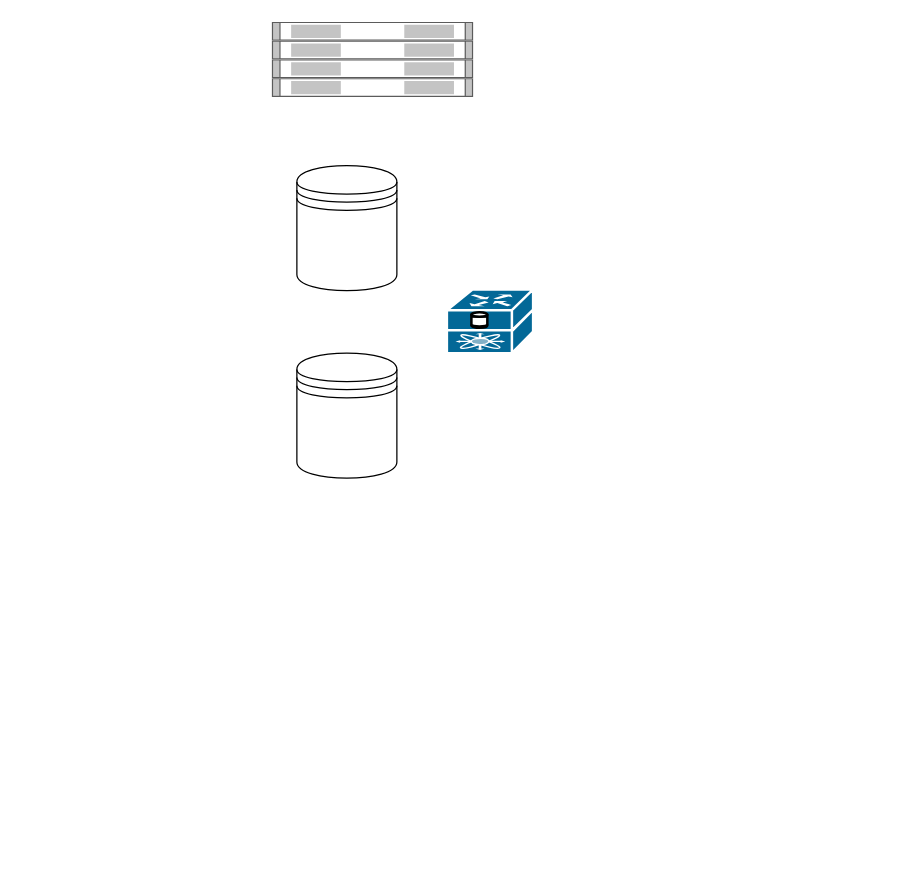
The draw.io diagram UFI.drawio in mazmarz/visigoth, before the edit. Source tidied: cells renumbered, new cells numbered last; positions are measured from the earlier drawing's top-left corner, leaving out a move shared by most shapes. Both pictures are drawn from the tidied source at 125%, with x=0, y=0 at pixel (271, 21).
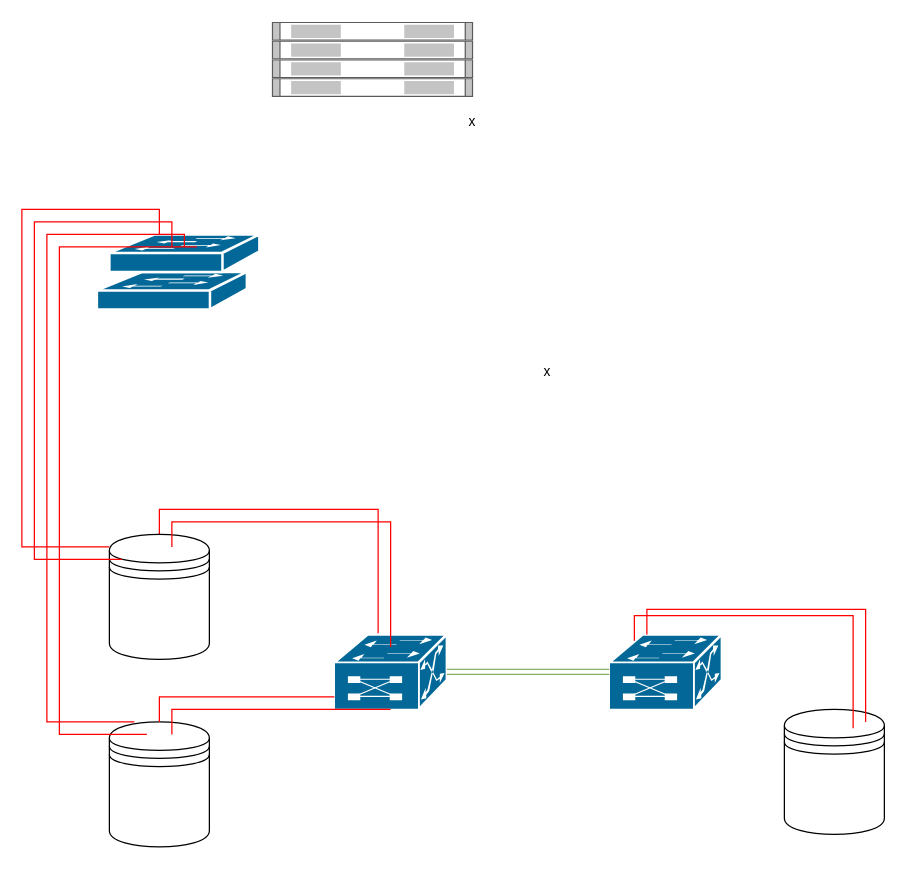
The same diagram, later.

What changed in the source:
```diff
@@
     <mxCell id="3" style="shape=datastore;whiteSpace=wrap;html=1;" parent="1" vertex="1">
-      <mxGeometry x="20" y="265" width="80" height="100" as="geometry" />
+      <mxGeometry x="-130" y="560" width="80" height="100" as="geometry" />
     </mxCell>
+    <mxCell id="9" style="edgeStyle=orthogonalEdgeStyle;rounded=0;jettySize=auto;html=1;fillColor=#d80073;strokeColor=#FF0000;startArrow=none;startFill=0;endArrow=none;endFill=0;" parent="1" edge="1" source="4" target="10">
+      <mxGeometry relative="1" as="geometry">
+        <Array as="points">
+          <mxPoint x="-90" y="390" />
+          <mxPoint x="85" y="390" />
+        </Array>
+      </mxGeometry>
+    </mxCell>
     <mxCell id="4" style="shape=datastore;whiteSpace=wrap;html=1;" parent="1" vertex="1">
-      <mxGeometry x="20" y="115" width="80" height="100" as="geometry" />
+      <mxGeometry x="-130" y="410" width="80" height="100" as="geometry" />
     </mxCell>
@@
-    <mxCell id="8" style="shape=mxgraph.cisco.routers.storage_router;html=1;dashed=0;fillColor=#036897;strokeColor=#ffffff;strokeWidth=2;verticalLabelPosition=bottom;verticalAlign=top;align=center;" parent="1" vertex="1">
-      <mxGeometry x="140" y="214" width="69" height="51" as="geometry" />
-    </mxCell>
+    <mxCell id="10" style="shape=mxgraph.cisco.switches.multiswitch_device;html=1;dashed=0;fillColor=#036897;strokeColor=#ffffff;strokeWidth=2;verticalLabelPosition=bottom;verticalAlign=top;align=center;outlineConnect=0;" parent="1" vertex="1">
+      <mxGeometry x="50" y="490" width="90" height="60" as="geometry" />
+    </mxCell>
+    <mxCell id="11" style="shape=mxgraph.cisco.switches.workgroup_switch;html=1;dashed=0;fillColor=#036897;strokeColor=#ffffff;strokeWidth=2;verticalLabelPosition=bottom;verticalAlign=top;align=center;" parent="1" vertex="1">
+      <mxGeometry x="-140" y="200" width="120" height="30" as="geometry" />
+    </mxCell>
+    <mxCell id="12" style="edgeStyle=orthogonalEdgeStyle;rounded=0;orthogonalLoop=1;jettySize=auto;html=1;fillColor=#d80073;strokeColor=#FF0000;startArrow=none;startFill=0;endArrow=none;endFill=0;" parent="1" edge="1">
+      <mxGeometry relative="1" as="geometry">
+        <mxPoint x="-80" y="420" as="sourcePoint" />
+        <mxPoint x="95" y="500" as="targetPoint" />
+        <Array as="points">
+          <mxPoint x="-80" y="400" />
+          <mxPoint x="95" y="400" />
+        </Array>
+      </mxGeometry>
+    </mxCell>
+    <mxCell id="13" style="edgeStyle=orthogonalEdgeStyle;rounded=0;jettySize=auto;html=1;fillColor=#d80073;strokeColor=#FF0000;startArrow=none;startFill=0;endArrow=none;endFill=0;" parent="1" edge="1" target="10">
+      <mxGeometry relative="1" as="geometry">
+        <mxPoint x="-90" y="560" as="sourcePoint" />
+        <Array as="points">
+          <mxPoint x="-90" y="540" />
+        </Array>
+      </mxGeometry>
+    </mxCell>
+    <mxCell id="14" style="edgeStyle=orthogonalEdgeStyle;rounded=0;orthogonalLoop=1;jettySize=auto;html=1;fillColor=#d80073;strokeColor=#FF0000;startArrow=none;startFill=0;endArrow=none;endFill=0;" parent="1" edge="1">
+      <mxGeometry relative="1" as="geometry">
+        <mxPoint x="-80" y="570" as="sourcePoint" />
+        <mxPoint x="95" y="550" as="targetPoint" />
+        <Array as="points">
+          <mxPoint x="-80" y="550" />
+          <mxPoint x="95" y="550" />
+        </Array>
+      </mxGeometry>
+    </mxCell>
+    <mxCell id="15" style="shape=mxgraph.cisco.switches.workgroup_switch;html=1;dashed=0;fillColor=#036897;strokeColor=#ffffff;strokeWidth=2;verticalLabelPosition=bottom;verticalAlign=top;align=center;" parent="1" vertex="1">
+      <mxGeometry x="-130" y="170" width="120" height="30" as="geometry" />
+    </mxCell>
+    <mxCell id="16" style="edgeStyle=orthogonalEdgeStyle;rounded=0;jettySize=auto;html=1;fillColor=#d80073;strokeColor=#FF0000;startArrow=none;startFill=0;endArrow=none;endFill=0;" parent="1" edge="1" target="4">
+      <mxGeometry relative="1" as="geometry">
+        <mxPoint x="-90" y="170" as="sourcePoint" />
+        <Array as="points">
+          <mxPoint x="-90" y="150" />
+          <mxPoint x="-200" y="150" />
+          <mxPoint x="-200" y="420" />
+        </Array>
+      </mxGeometry>
+    </mxCell>
+    <mxCell id="17" style="edgeStyle=orthogonalEdgeStyle;rounded=0;orthogonalLoop=1;jettySize=auto;html=1;fillColor=#d80073;strokeColor=#FF0000;startArrow=none;startFill=0;endArrow=none;endFill=0;" parent="1" edge="1">
+      <mxGeometry relative="1" as="geometry">
+        <mxPoint x="-80" y="180" as="sourcePoint" />
+        <mxPoint x="-120" y="430" as="targetPoint" />
+        <Array as="points">
+          <mxPoint x="-80" y="160" />
+          <mxPoint x="-190" y="160" />
+          <mxPoint x="-190" y="430" />
+        </Array>
+      </mxGeometry>
+    </mxCell>
+    <mxCell id="18" value="x" style="edgeStyle=orthogonalEdgeStyle;rounded=0;orthogonalLoop=1;jettySize=auto;html=1;fillColor=#d80073;strokeColor=#FF0000;startArrow=none;startFill=0;endArrow=none;endFill=0;" parent="1" edge="1">
+      <mxGeometry x="-1" y="-307" relative="1" as="geometry">
+        <mxPoint x="-70" y="180" as="sourcePoint" />
+        <mxPoint x="-110" y="560" as="targetPoint" />
+        <Array as="points">
+          <mxPoint x="-70" y="170" />
+          <mxPoint x="-180" y="170" />
+          <mxPoint x="-180" y="560" />
+          <mxPoint x="-110" y="560" />
+        </Array>
+        <mxPoint x="-17" y="100" as="offset" />
+      </mxGeometry>
+    </mxCell>
+    <mxCell id="19" value="x" style="edgeStyle=orthogonalEdgeStyle;rounded=0;orthogonalLoop=1;jettySize=auto;html=1;fillColor=#d80073;strokeColor=#FF0000;startArrow=none;startFill=0;endArrow=none;endFill=0;" parent="1" edge="1">
+      <mxGeometry x="-1" y="-242" relative="1" as="geometry">
+        <mxPoint x="-60" y="180" as="sourcePoint" />
+        <mxPoint x="-100" y="570" as="targetPoint" />
+        <Array as="points">
+          <mxPoint x="-60" y="180" />
+          <mxPoint x="-170" y="180" />
+          <mxPoint x="-170" y="570" />
+          <mxPoint x="-100" y="570" />
+        </Array>
+        <mxPoint x="220" y="142" as="offset" />
+      </mxGeometry>
+    </mxCell>
+    <mxCell id="20" style="shape=mxgraph.cisco.switches.multiswitch_device;html=1;dashed=0;fillColor=#036897;strokeColor=#ffffff;strokeWidth=2;verticalLabelPosition=bottom;verticalAlign=top;align=center;outlineConnect=0;" parent="1" vertex="1">
+      <mxGeometry x="270" y="490" width="90" height="60" as="geometry" />
+    </mxCell>
+    <mxCell id="21" style="shape=datastore;whiteSpace=wrap;html=1;" parent="1" vertex="1">
+      <mxGeometry x="410" y="550" width="80" height="100" as="geometry" />
+    </mxCell>
+    <mxCell id="22" style="shape=link;html=1;exitX=1;exitY=0.5;exitDx=0;exitDy=0;exitPerimeter=0;entryX=0;entryY=0.5;entryDx=0;entryDy=0;entryPerimeter=0;fillColor=#d5e8d4;strokeColor=#82b366;" parent="1" edge="1" source="10" target="20">
+      <mxGeometry relative="1" as="geometry" />
+    </mxCell>
+    <mxCell id="23" style="edgeStyle=orthogonalEdgeStyle;rounded=0;orthogonalLoop=1;jettySize=auto;html=1;fillColor=#d80073;strokeColor=#FF0000;startArrow=none;startFill=0;endArrow=none;endFill=0;" parent="1" edge="1">
+      <mxGeometry relative="1" as="geometry">
+        <mxPoint x="300" y="490" as="sourcePoint" />
+        <mxPoint x="475" y="560" as="targetPoint" />
+        <Array as="points">
+          <mxPoint x="300" y="470" />
+          <mxPoint x="475" y="470" />
+        </Array>
+      </mxGeometry>
+    </mxCell>
+    <mxCell id="24" style="edgeStyle=orthogonalEdgeStyle;rounded=0;orthogonalLoop=1;jettySize=auto;html=1;fillColor=#d80073;strokeColor=#FF0000;startArrow=none;startFill=0;endArrow=none;endFill=0;" parent="1" edge="1">
+      <mxGeometry relative="1" as="geometry">
+        <mxPoint x="290" y="495" as="sourcePoint" />
+        <mxPoint x="465" y="565" as="targetPoint" />
+        <Array as="points">
+          <mxPoint x="290" y="475" />
+          <mxPoint x="465" y="475" />
+        </Array>
+      </mxGeometry>
+    </mxCell>
```
